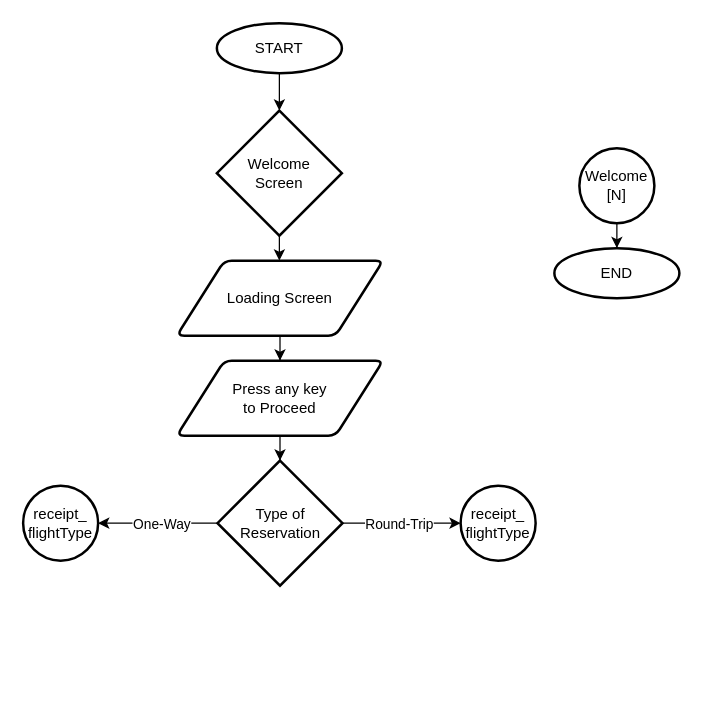
Above: Untitled Diagram.drawio in kyou-nase/JIJU-Airlines-Reservation (draw.io), before the change. Source tidied: cells renumbered, new cells numbered last; positions are measured from the earlier drawing's top-left corner, leaving out a move shared by most shapes. Both pictures are drawn from the tidied source at 125%, with x=0, y=0 at pixel (22, 22).
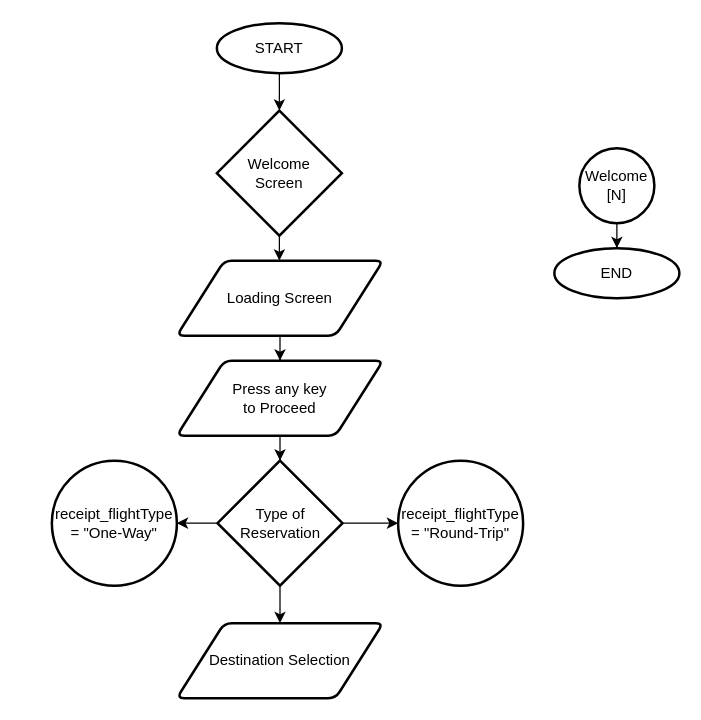
Above is the later version.

The change refers to these unchanged cells:
```xml
<mxCell id="17" value="Type of&lt;br&gt;Reservation" style="strokeWidth=2;html=1;shape=mxgraph.flowchart.decision;whiteSpace=wrap;" parent="1" vertex="1">
  <mxGeometry x="155.5" y="350" width="100" height="100" as="geometry" />
</mxCell>
```

What changed in the source:
```diff
@@
+    <mxCell id="20" style="edgeStyle=orthogonalEdgeStyle;rounded=0;jettySize=auto;html=1;" parent="1" edge="1" source="17" target="22">
+      <mxGeometry relative="1" as="geometry" />
+    </mxCell>
     <mxCell id="13" style="edgeStyle=orthogonalEdgeStyle;rounded=0;jettySize=auto;html=1;entryX=0;entryY=0.5;entryDx=0;entryDy=0;entryPerimeter=0;" parent="1" edge="1" source="17" target="18">
-      <mxGeometry relative="1" as="geometry">
-        <Array as="points">
-          <mxPoint x="290" y="400" />
-          <mxPoint x="290" y="400" />
-        </Array>
-      </mxGeometry>
+      <mxGeometry relative="1" as="geometry" />
     </mxCell>
-    <mxCell id="14" value="Round-Trip" style="edgeLabel;html=1;align=center;verticalAlign=middle;" parent="13" vertex="1">
-      <mxGeometry x="-0.62" y="1" relative="1" as="geometry">
-        <mxPoint x="27" y="1" as="offset" />
-      </mxGeometry>
-    </mxCell>
-    <mxCell id="15" style="edgeStyle=orthogonalEdgeStyle;rounded=0;jettySize=auto;html=1;entryX=1;entryY=0.5;entryDx=0;entryDy=0;entryPerimeter=0;" parent="1" edge="1" source="17" target="19">
-      <mxGeometry relative="1" as="geometry" />
-    </mxCell>
-    <mxCell id="16" value="One-Way" style="edgeLabel;html=1;align=center;verticalAlign=middle;" parent="15" vertex="1">
-      <mxGeometry x="-0.32" y="2" relative="1" as="geometry">
-        <mxPoint x="-13" y="-2" as="offset" />
-      </mxGeometry>
-    </mxCell>
+    <mxCell id="21" style="edgeStyle=orthogonalEdgeStyle;rounded=0;jettySize=auto;html=1;entryX=0.5;entryY=0;entryDx=0;entryDy=0;" parent="1" edge="1" source="17" target="23">
+      <mxGeometry relative="1" as="geometry" />
+    </mxCell>
@@
-    <mxCell id="18" value="receipt_&lt;br&gt;flightType" style="strokeWidth=2;html=1;shape=mxgraph.flowchart.start_2;whiteSpace=wrap;" parent="1" vertex="1">
-      <mxGeometry x="350" y="370" width="60" height="60" as="geometry" />
+    <mxCell id="18" value="receipt_flightType = &quot;Round-Trip&quot;" style="strokeWidth=2;html=1;shape=mxgraph.flowchart.start_2;whiteSpace=wrap;" parent="1" vertex="1">
+      <mxGeometry x="300" y="350" width="100" height="100" as="geometry" />
     </mxCell>
-    <mxCell id="19" value="receipt_&lt;br&gt;flightType" style="strokeWidth=2;html=1;shape=mxgraph.flowchart.start_2;whiteSpace=wrap;" parent="1" vertex="1">
-      <mxGeometry y="370" width="60" height="60" as="geometry" />
-    </mxCell>
+    <mxCell id="22" value="receipt_flightType = &quot;One-Way&quot;" style="strokeWidth=2;html=1;shape=mxgraph.flowchart.start_2;whiteSpace=wrap;" parent="1" vertex="1">
+      <mxGeometry x="23" y="350" width="100" height="100" as="geometry" />
+    </mxCell>
+    <mxCell id="23" value="Destination Selection" style="shape=parallelogram;html=1;strokeWidth=2;perimeter=parallelogramPerimeter;whiteSpace=wrap;rounded=1;arcSize=12;size=0.23;" parent="1" vertex="1">
+      <mxGeometry x="123" y="480" width="165" height="60" as="geometry" />
+    </mxCell>
```
